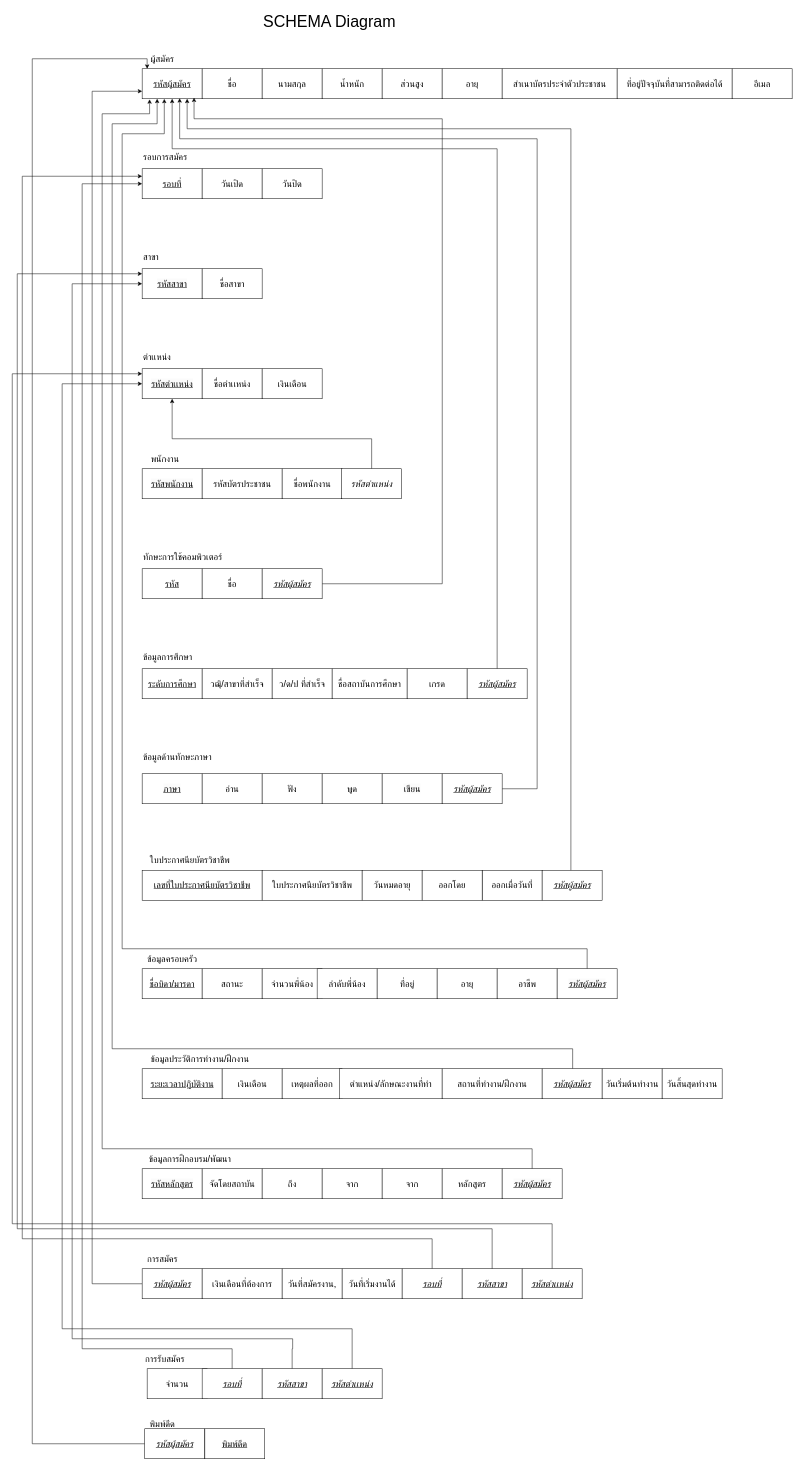
Exises/RandomSalt keeps this draw.io diagram as page "Page-6" (6 of 6) of YZ.drawio. Above is the earlier version. Source tidied: cells renumbered, new cells numbered last; positions are measured from the earlier drawing's top-left corner, leaving out a move shared by most shapes. Both pictures are drawn from the tidied source at 50%, with x=0, y=0 at pixel (12, 8).
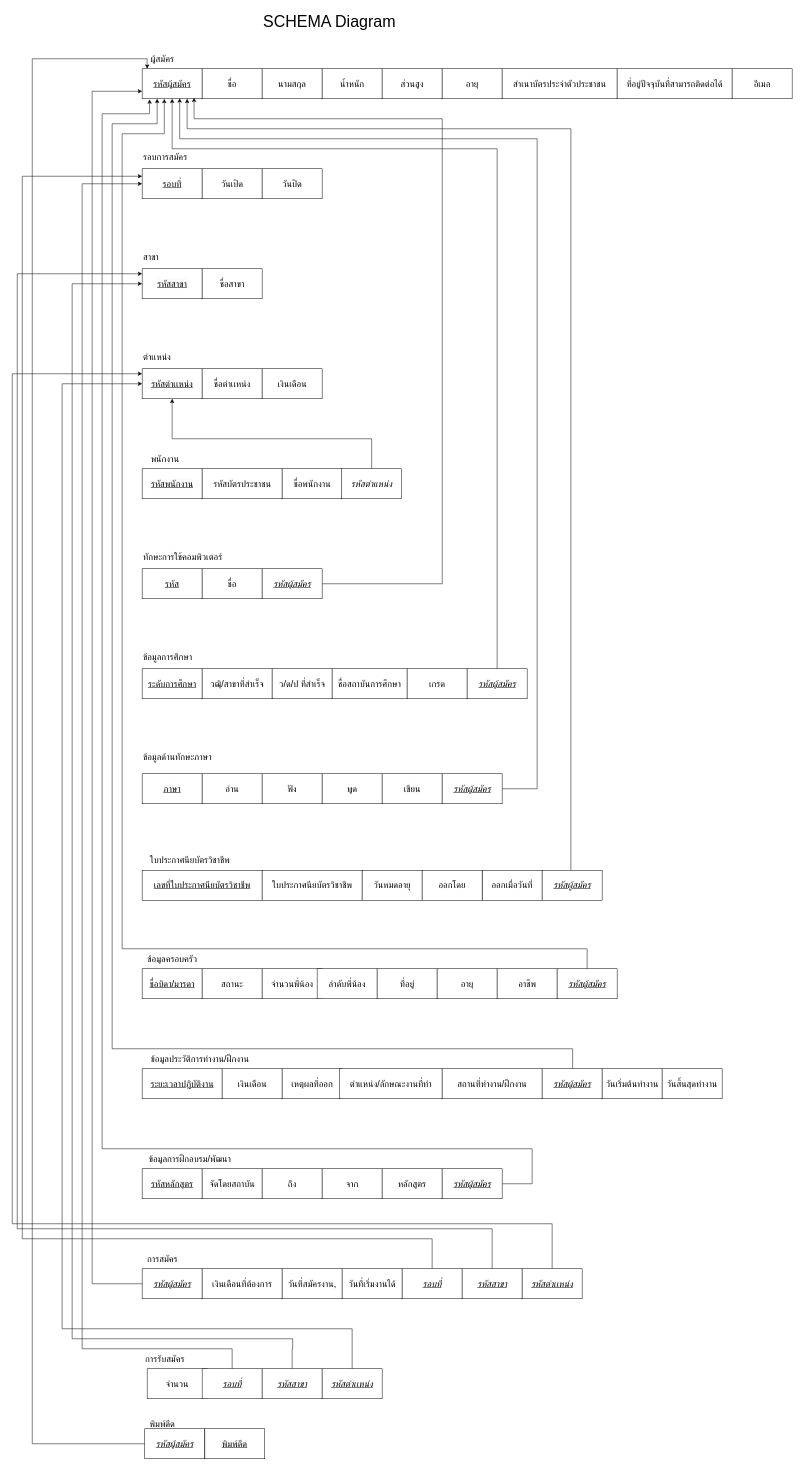
Above is the later version.

What changed in the source:
```diff
@@
-    <mxCell id="81" value="&lt;span style=&quot;font-size: 18px; text-align: left; text-wrap-mode: nowrap;&quot;&gt;จาก&lt;/span&gt;" style="rounded=0;whiteSpace=wrap;html=1;" parent="1" vertex="1">
-      <mxGeometry x="739.8" y="2320" width="120" height="60" as="geometry" />
-    </mxCell>
     <mxCell id="82" value="&lt;span style=&quot;font-size: 18px; text-align: left; text-wrap-mode: nowrap;&quot;&gt;หลักสูตร&lt;/span&gt;" style="rounded=0;whiteSpace=wrap;html=1;" parent="1" vertex="1">
-      <mxGeometry x="859.8" y="2320" width="120" height="60" as="geometry" />
+      <mxGeometry x="739.8" y="2320" width="120" height="60" as="geometry" />
     </mxCell>
@@
     <mxCell id="84" value="&lt;i style=&quot;color: rgb(0, 0, 0); text-align: left; text-wrap-mode: nowrap; font-size: 18px; background-color: rgb(251, 251, 251);&quot;&gt;&lt;u&gt;รหัสผู้สมัคร&lt;/u&gt;&lt;/i&gt;" style="rounded=0;whiteSpace=wrap;html=1;" parent="1" vertex="1">
-      <mxGeometry x="979.8" y="2320" width="120" height="60" as="geometry" />
+      <mxGeometry x="859.8" y="2320" width="120" height="60" as="geometry" />
     </mxCell>
```
